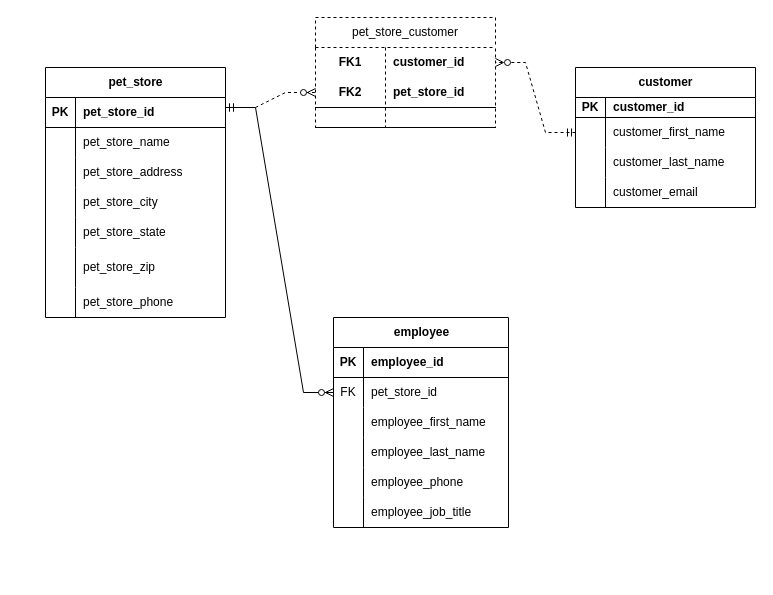
Wainaina2007/Week-13 keeps this draw.io diagram as Week 13.drawio. Above is the earlier version. Source tidied: cells renumbered, new cells numbered last; positions are measured from the earlier drawing's top-left corner, leaving out a move shared by most shapes. Both pictures are drawn from the tidied source at 100%, with x=0, y=0 at pixel (45, 17).
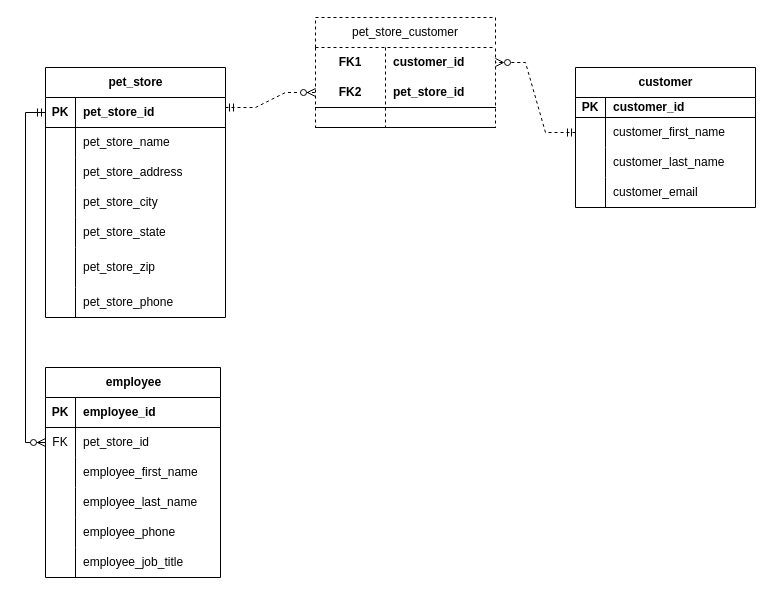
The same page after the edit.

Unchanged cells that the change refers to:
```xml
<mxCell id="3" style="shape=tableRow;horizontal=0;startSize=0;swimlaneHead=0;swimlaneBody=0;fillColor=none;points=[[0,0.5],[1,0.5]];portConstraint=eastwest;top=0;left=0;right=0;bottom=1;" parent="2" vertex="1">
  <mxGeometry y="30" width="180" height="30" as="geometry" />
</mxCell>
<mxCell id="42" style="shape=tableRow;horizontal=0;startSize=0;swimlaneHead=0;swimlaneBody=0;fillColor=none;points=[[0,0.5],[1,0.5]];portConstraint=eastwest;top=0;left=0;right=0;bottom=0;" parent="38" vertex="1">
  <mxGeometry y="60" width="175" height="30" as="geometry" />
</mxCell>
```

What changed in the source:
```diff
@@
-    <mxCell id="37" style="edgeStyle=entityRelationEdgeStyle;fontSize=12;html=1;endArrow=ERzeroToMany;startArrow=ERmandOne;rounded=0;entryX=0;entryY=0.5;entryDx=0;entryDy=0;" parent="1" edge="1" target="42">
+    <mxCell id="37" style="edgeStyle=elbowEdgeStyle;fontSize=12;html=1;endArrow=ERzeroToMany;startArrow=ERmandOne;rounded=0;entryX=0;entryY=0.5;entryDx=0;entryDy=0;exitX=0;exitY=0.5;exitDx=0;exitDy=0;" parent="1" edge="1" source="3" target="42">
       <mxGeometry relative="1" as="geometry">
-        <mxPoint x="180" y="90" as="sourcePoint" />
+        <Array as="points">
+          <mxPoint x="-20" y="260" />
+        </Array>
       </mxGeometry>
     </mxCell>
     <mxCell id="38" value="employee" style="shape=table;startSize=30;childLayout=tableLayout;rowLines=0;fontStyle=1;align=center;html=1;" parent="1" vertex="1">
-      <mxGeometry x="288" y="300" width="175" height="210" as="geometry" />
+      <mxGeometry y="350" width="175" height="210" as="geometry" />
     </mxCell>
```
